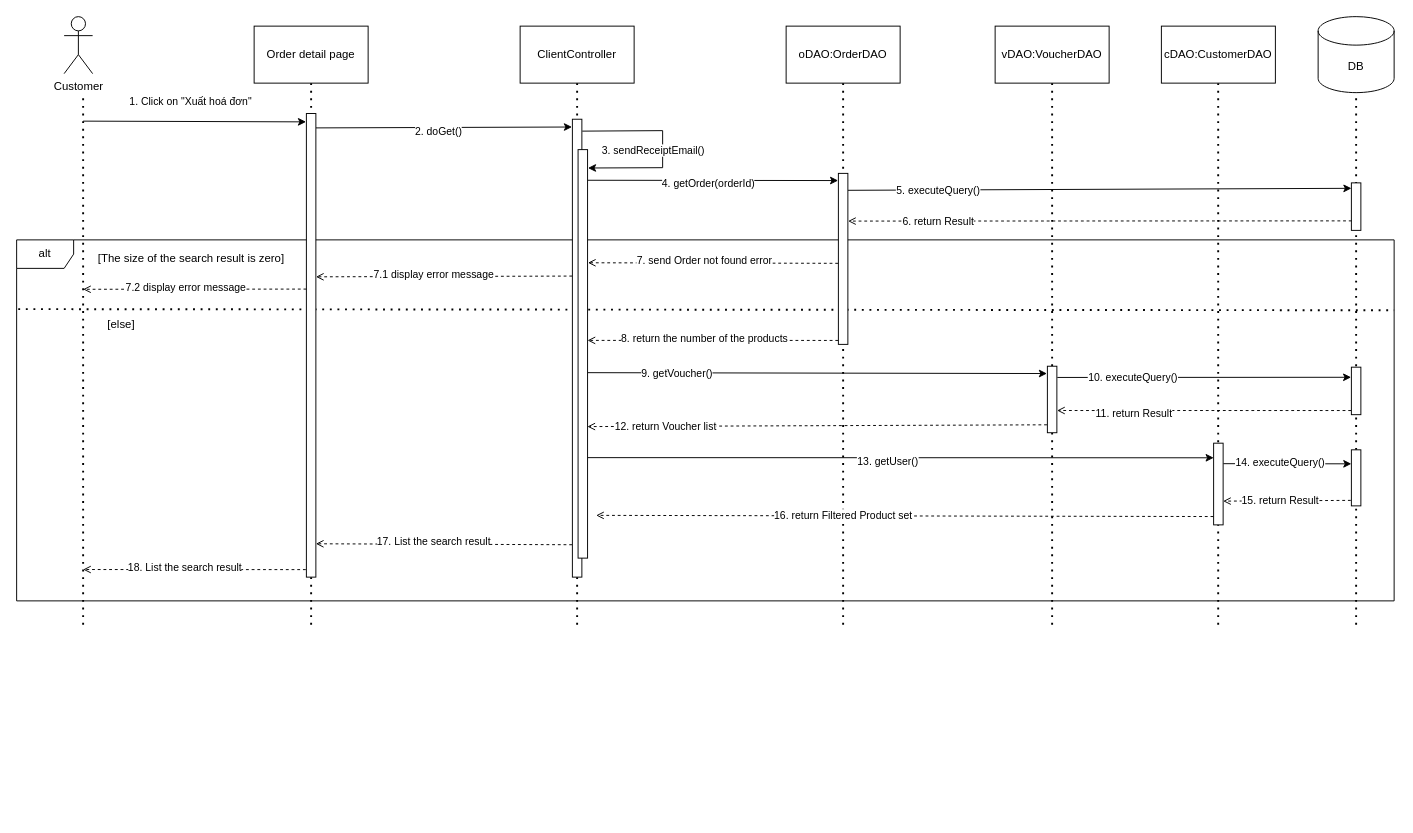
The draw.io diagram document/SDS/10.Export_Request/Sequence_Diagram/Export_Receipt_Sequence_Diagram.drawio in QuocZuong/perfume-store, before the edit. Source tidied: cells renumbered, new cells numbered last; positions are measured from the earlier drawing's top-left corner, leaving out a move shared by most shapes. Both pictures are drawn from the tidied source at 95%, with x=0, y=0 at pixel (16, 16).
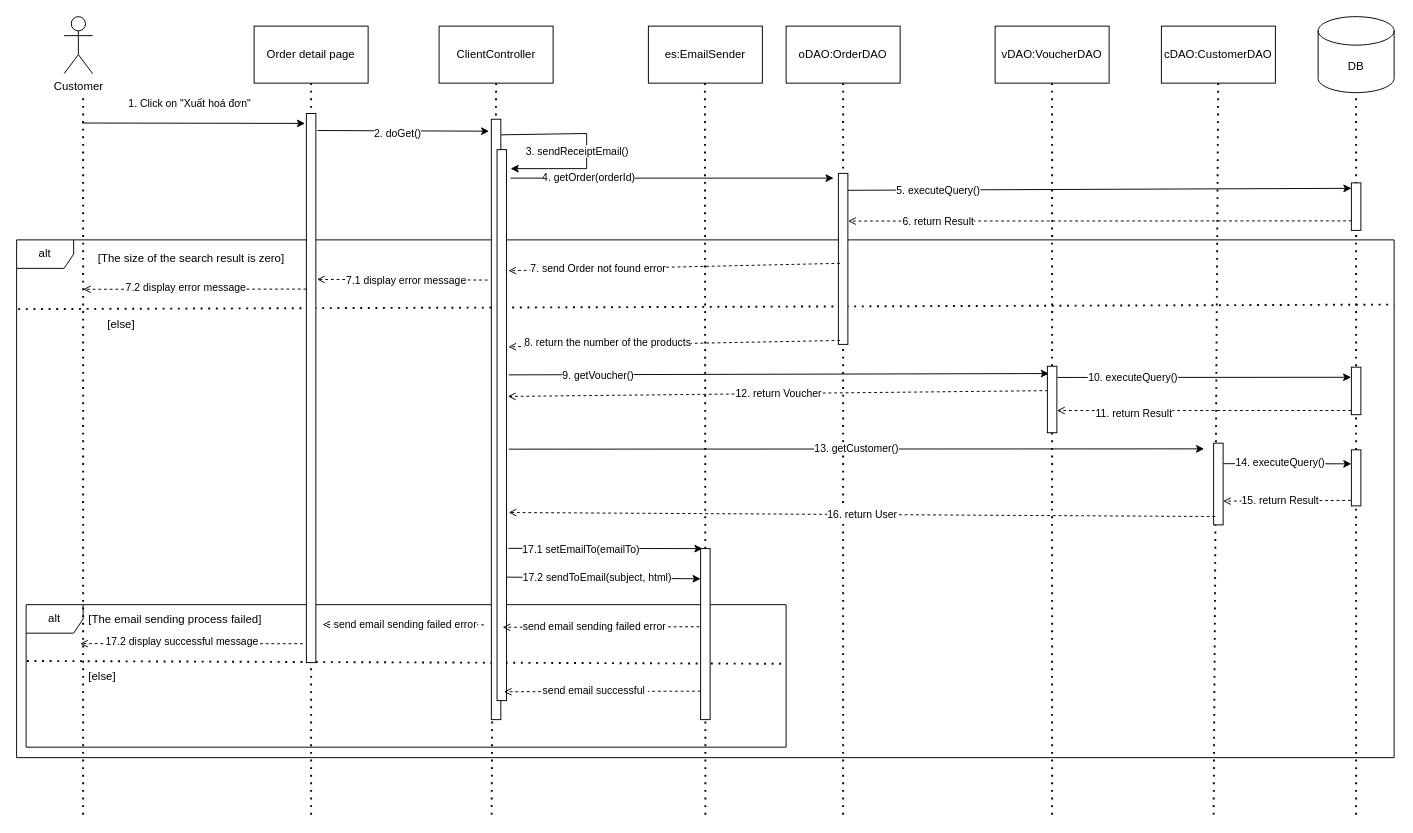
After the change.

Unchanged cells that the change refers to:
```xml
<mxCell id="7" value="Order detail page" style="rounded=0;whiteSpace=wrap;html=1;" parent="1" vertex="1">
  <mxGeometry x="250" y="10" width="120" height="60" as="geometry" />
</mxCell>
<mxCell id="15" value="vDAO:VoucherDAO" style="rounded=0;whiteSpace=wrap;html=1;" parent="1" vertex="1">
  <mxGeometry x="1030" y="10" width="120" height="60" as="geometry" />
</mxCell>
<mxCell id="21" style="rounded=0;whiteSpace=wrap;html=1;" parent="1" vertex="1">
  <mxGeometry x="865" y="165" width="10" height="180" as="geometry" />
</mxCell>
<mxCell id="33" style="rounded=0;whiteSpace=wrap;html=1;" parent="1" vertex="1">
  <mxGeometry x="1085" y="368" width="10" height="70" as="geometry" />
</mxCell>
<mxCell id="39" style="rounded=0;whiteSpace=wrap;html=1;" parent="1" vertex="1">
  <mxGeometry x="1260" y="449" width="10" height="86" as="geometry" />
</mxCell>
```

The edit, as a diff of the source:
```diff
@@
+    <mxCell id="51" style="endArrow=none;dashed=1;html=1;dashPattern=1 3;strokeWidth=2;rounded=0;exitX=0.001;exitY=0.395;exitDx=0;exitDy=0;exitPerimeter=0;entryX=1;entryY=0.415;entryDx=0;entryDy=0;entryPerimeter=0;" parent="1" edge="1" source="52" target="52">
+      <mxGeometry relative="1" as="geometry" />
+    </mxCell>
+    <mxCell id="5" value="alt" style="shape=umlFrame;whiteSpace=wrap;html=1;" parent="1" vertex="1">
+      <mxGeometry y="235" width="1450" height="545" as="geometry" />
+    </mxCell>
+    <mxCell id="52" value="alt" style="shape=umlFrame;whiteSpace=wrap;html=1;" parent="1" vertex="1">
+      <mxGeometry x="10" y="619" width="800" height="150" as="geometry" />
+    </mxCell>
     <mxCell id="2" style="endArrow=none;dashed=1;html=1;dashPattern=1 3;strokeWidth=2;rounded=0;entryX=0.5;entryY=1;entryDx=0;entryDy=0;" parent="1" edge="1">
       <mxGeometry relative="1" as="geometry">
-        <mxPoint x="1264.8" y="640" as="sourcePoint" />
+        <mxPoint x="1260" y="840" as="sourcePoint" />
         <mxPoint x="1264.8" y="70" as="targetPoint" />
       </mxGeometry>
     </mxCell>
     <mxCell id="3" style="endArrow=none;dashed=1;html=1;dashPattern=1 3;strokeWidth=2;rounded=0;" parent="1" edge="1">
       <mxGeometry relative="1" as="geometry">
-        <mxPoint x="70" y="640" as="sourcePoint" />
+        <mxPoint x="70" y="840" as="sourcePoint" />
         <mxPoint x="70" y="80" as="targetPoint" />
       </mxGeometry>
     </mxCell>
-    <mxCell id="4" style="endArrow=none;dashed=1;html=1;dashPattern=1 3;strokeWidth=2;rounded=0;exitX=0.002;exitY=0.165;exitDx=0;exitDy=0;exitPerimeter=0;entryX=1;entryY=0.195;entryDx=0;entryDy=0;entryPerimeter=0;" parent="1" edge="1" target="5">
+    <mxCell id="4" style="endArrow=none;dashed=1;html=1;dashPattern=1 3;strokeWidth=2;rounded=0;exitX=0.002;exitY=0.165;exitDx=0;exitDy=0;exitPerimeter=0;entryX=1;entryY=0.125;entryDx=0;entryDy=0;entryPerimeter=0;" parent="1" edge="1" target="5">
       <mxGeometry relative="1" as="geometry">
         <mxPoint x="1.7" y="307.9" as="sourcePoint" />
       </mxGeometry>
     </mxCell>
-    <mxCell id="5" value="alt" style="shape=umlFrame;whiteSpace=wrap;html=1;" parent="1" vertex="1">
-      <mxGeometry y="235" width="1450" height="380" as="geometry" />
-    </mxCell>
@@
     <mxCell id="8" value="ClientController" style="rounded=0;whiteSpace=wrap;html=1;" parent="1" vertex="1">
-      <mxGeometry x="530" y="10" width="120" height="60" as="geometry" />
+      <mxGeometry x="444.7" y="10" width="120" height="60" as="geometry" />
     </mxCell>
@@
     <mxCell id="10" style="endArrow=none;dashed=1;html=1;dashPattern=1 3;strokeWidth=2;rounded=0;entryX=0.5;entryY=1;entryDx=0;entryDy=0;" parent="1" edge="1" target="7">
       <mxGeometry relative="1" as="geometry">
-        <mxPoint x="310" y="640" as="sourcePoint" />
+        <mxPoint x="310" y="840" as="sourcePoint" />
       </mxGeometry>
     </mxCell>
     <mxCell id="11" style="endArrow=none;dashed=1;html=1;dashPattern=1 3;strokeWidth=2;rounded=0;entryX=0.5;entryY=1;entryDx=0;entryDy=0;" parent="1" edge="1" target="8">
       <mxGeometry relative="1" as="geometry">
-        <mxPoint x="590" y="640" as="sourcePoint" />
+        <mxPoint x="500" y="840" as="sourcePoint" />
       </mxGeometry>
     </mxCell>
     <mxCell id="12" style="endArrow=none;dashed=1;html=1;dashPattern=1 3;strokeWidth=2;rounded=0;" parent="1" edge="1">
       <mxGeometry relative="1" as="geometry">
-        <mxPoint x="870" y="640" as="sourcePoint" />
+        <mxPoint x="870" y="840" as="sourcePoint" />
         <mxPoint x="870" y="70" as="targetPoint" />
       </mxGeometry>
     </mxCell>
     <mxCell id="13" style="rounded=0;whiteSpace=wrap;html=1;" parent="1" vertex="1">
-      <mxGeometry x="305" y="102" width="10" height="488" as="geometry" />
+      <mxGeometry x="305" y="102" width="10" height="578" as="geometry" />
     </mxCell>
-    <mxCell id="14" value="1. Click on &quot;Xuất hoá đơn&quot;" style="endArrow=classic;html=1;rounded=0;entryX=-0.035;entryY=0.018;entryDx=0;entryDy=0;entryPerimeter=0;" parent="1" edge="1" target="13">
+    <mxCell id="14" value="1. Click on &quot;Xuất hoá đơn&quot;" style="endArrow=classic;html=1;rounded=0;entryX=-0.035;entryY=0.018;entryDx=0;entryDy=0;entryPerimeter=0;" parent="1" edge="1">
       <mxGeometry x="-0.04" y="20" relative="1" as="geometry">
-        <mxPoint x="70" y="110" as="sourcePoint" />
+        <mxPoint x="69" y="112" as="sourcePoint" />
+        <mxPoint x="303.6" y="112.4" as="targetPoint" />
       </mxGeometry>
     </mxCell>
@@
     <mxCell id="16" style="endArrow=none;dashed=1;html=1;dashPattern=1 3;strokeWidth=2;rounded=0;entryX=0.5;entryY=1;entryDx=0;entryDy=0;" parent="1" edge="1" target="15">
       <mxGeometry relative="1" as="geometry">
-        <mxPoint x="1090" y="640" as="sourcePoint" />
+        <mxPoint x="1090" y="840" as="sourcePoint" />
       </mxGeometry>
     </mxCell>
@@
     <mxCell id="18" style="endArrow=none;dashed=1;html=1;dashPattern=1 3;strokeWidth=2;rounded=0;entryX=0.5;entryY=1;entryDx=0;entryDy=0;" parent="1" edge="1">
       <mxGeometry relative="1" as="geometry">
-        <mxPoint x="1410" y="640" as="sourcePoint" />
+        <mxPoint x="1410" y="840" as="sourcePoint" />
         <mxPoint x="1410" y="80" as="targetPoint" />
       </mxGeometry>
     </mxCell>
-    <mxCell id="19" value="2. doGet()" style="endArrow=classic;html=1;rounded=0;entryX=-0.039;entryY=0.017;entryDx=0;entryDy=0;entryPerimeter=0;exitX=1.012;exitY=0.031;exitDx=0;exitDy=0;exitPerimeter=0;" parent="1" edge="1" source="13" target="20">
-      <mxGeometry x="-0.04" y="-4" relative="1" as="geometry" />
+    <mxCell id="19" style="endArrow=classic;html=1;rounded=0;entryX=-0.132;entryY=0.022;entryDx=0;entryDy=0;entryPerimeter=0;exitX=0.958;exitY=0.031;exitDx=0;exitDy=0;exitPerimeter=0;" parent="1" edge="1">
+      <mxGeometry x="-0.04" y="-4" relative="1" as="geometry">
+        <mxPoint x="316.6" y="119.9" as="sourcePoint" />
+        <mxPoint x="497.4" y="120.6" as="targetPoint" />
+      </mxGeometry>
     </mxCell>
+    <mxCell id="53" value="2. doGet()" style="edgeLabel;html=1;align=center;verticalAlign=middle;" parent="19" vertex="1">
+      <mxGeometry x="-0.52" y="-2" relative="1" as="geometry">
+        <mxPoint x="41" as="offset" />
+      </mxGeometry>
+    </mxCell>
     <mxCell id="20" style="rounded=0;whiteSpace=wrap;html=1;" parent="1" vertex="1">
-      <mxGeometry x="585" y="108" width="10" height="482" as="geometry" />
+      <mxGeometry x="499.7" y="108" width="10" height="632" as="geometry" />
     </mxCell>
@@
-    <mxCell id="22" value="4. getOrder(orderId)" style="endArrow=classic;html=1;rounded=0;entryX=-0.024;entryY=0.042;entryDx=0;entryDy=0;entryPerimeter=0;exitX=0.988;exitY=0.075;exitDx=0;exitDy=0;exitPerimeter=0;" parent="1" edge="1" source="48" target="21">
-      <mxGeometry x="-0.04" y="-4" relative="1" as="geometry" />
+    <mxCell id="22" value="4. getOrder(orderId)" style="endArrow=classic;html=1;rounded=0;" parent="1" edge="1">
+      <mxGeometry x="-0.52" relative="1" as="geometry">
+        <mxPoint x="520" y="170" as="sourcePoint" />
+        <mxPoint x="860" y="170" as="targetPoint" />
+      </mxGeometry>
     </mxCell>
@@
-    <mxCell id="26" value="7. send Order not found error" style="endArrow=open;html=1;rounded=0;dashed=1;endFill=0;exitX=-0.028;exitY=0.526;exitDx=0;exitDy=0;exitPerimeter=0;entryX=1.039;entryY=0.277;entryDx=0;entryDy=0;entryPerimeter=0;" parent="1" edge="1" source="21" target="48">
-      <mxGeometry x="0.07" y="-2" relative="1" as="geometry" />
+    <mxCell id="26" value="7. send Order not found error" style="endArrow=open;html=1;rounded=0;dashed=1;endFill=0;exitX=-0.028;exitY=0.526;exitDx=0;exitDy=0;exitPerimeter=0;entryX=1;entryY=0.25;entryDx=0;entryDy=0;" parent="1" edge="1">
+      <mxGeometry x="0.46" relative="1" as="geometry">
+        <mxPoint x="866.7" y="259.7" as="sourcePoint" />
+        <mxPoint x="517.7" y="267.5" as="targetPoint" />
+      </mxGeometry>
     </mxCell>
-    <mxCell id="27" value="7.1 display error message" style="endArrow=open;html=1;rounded=0;entryX=1.013;entryY=0.261;entryDx=0;entryDy=0;exitX=-0.017;exitY=0.274;exitDx=0;exitDy=0;dashed=1;endFill=0;exitPerimeter=0;entryPerimeter=0;" parent="1" edge="1">
+    <mxCell id="27" style="endArrow=open;html=1;rounded=0;exitX=-0.189;exitY=0.296;exitDx=0;exitDy=0;dashed=1;endFill=0;exitPerimeter=0;entryX=1.317;entryY=0.302;entryDx=0;entryDy=0;entryPerimeter=0;" parent="1" edge="1">
       <mxGeometry x="0.08" y="-2" relative="1" as="geometry">
-        <mxPoint x="584.8" y="273.1" as="sourcePoint" />
-        <mxPoint x="315.1" y="273.9" as="targetPoint" />
+        <mxPoint x="495.8" y="277.3" as="sourcePoint" />
+        <mxPoint x="316.2" y="276.6" as="targetPoint" />
       </mxGeometry>
     </mxCell>
+    <mxCell id="54" value="7.1 display error message" style="edgeLabel;html=1;align=center;verticalAlign=middle;" parent="27" vertex="1">
+      <mxGeometry x="0.47" y="1" relative="1" as="geometry">
+        <mxPoint x="46" as="offset" />
+      </mxGeometry>
+    </mxCell>
@@
-    <mxCell id="29" value="8. return the number of the products" style="endArrow=open;html=1;rounded=0;dashed=1;endFill=0;exitX=-0.018;exitY=0.977;exitDx=0;exitDy=0;exitPerimeter=0;entryX=0.996;entryY=0.467;entryDx=0;entryDy=0;entryPerimeter=0;" parent="1" edge="1" source="21" target="48">
-      <mxGeometry x="0.07" y="-2" relative="1" as="geometry" />
+    <mxCell id="29" style="endArrow=open;html=1;rounded=0;dashed=1;endFill=0;exitX=-0.018;exitY=0.977;exitDx=0;exitDy=0;exitPerimeter=0;entryX=0.995;entryY=0.407;entryDx=0;entryDy=0;entryPerimeter=0;" parent="1" edge="1">
+      <mxGeometry x="0.07" y="-2" relative="1" as="geometry">
+        <mxPoint x="866.8" y="340.9" as="sourcePoint" />
+        <mxPoint x="517.7" y="347.6" as="targetPoint" />
+      </mxGeometry>
     </mxCell>
+    <mxCell id="55" value="8. return the number of the products" style="edgeLabel;html=1;align=center;verticalAlign=middle;" parent="29" vertex="1">
+      <mxGeometry x="-0.05" y="1" relative="1" as="geometry">
+        <mxPoint x="-79" y="-3" as="offset" />
+      </mxGeometry>
+    </mxCell>
@@
-    <mxCell id="32" value="9. getVoucher()" style="endArrow=classic;html=1;rounded=0;exitX=1.012;exitY=0.546;exitDx=0;exitDy=0;exitPerimeter=0;entryX=-0.043;entryY=0.11;entryDx=0;entryDy=0;entryPerimeter=0;" parent="1" edge="1" source="48" target="33">
-      <mxGeometry x="-0.61" y="-1" relative="1" as="geometry" />
+    <mxCell id="32" value="9. getVoucher()" style="endArrow=classic;html=1;rounded=0;entryX=-0.043;entryY=0.11;entryDx=0;entryDy=0;entryPerimeter=0;exitX=1.034;exitY=0.465;exitDx=0;exitDy=0;exitPerimeter=0;" parent="1" edge="1">
+      <mxGeometry x="-0.67" y="-1" relative="1" as="geometry">
+        <mxPoint x="518.1" y="377.1" as="sourcePoint" />
+        <mxPoint x="1086.6" y="375.7" as="targetPoint" />
+      </mxGeometry>
     </mxCell>
@@
-    <mxCell id="34" value="12. return Voucher list" style="endArrow=open;html=1;rounded=0;dashed=1;endFill=0;entryX=0.983;entryY=0.678;entryDx=0;entryDy=0;entryPerimeter=0;exitX=-0.043;exitY=0.881;exitDx=0;exitDy=0;exitPerimeter=0;" parent="1" edge="1" source="33" target="48">
-      <mxGeometry x="0.66" y="1" relative="1" as="geometry" />
+    <mxCell id="34" value="12. return Voucher" style="endArrow=open;html=1;rounded=0;dashed=1;endFill=0;exitX=-0.043;exitY=0.881;exitDx=0;exitDy=0;exitPerimeter=0;entryX=1.034;entryY=0.58;entryDx=0;entryDy=0;entryPerimeter=0;" parent="1" edge="1">
+      <mxGeometry relative="1" as="geometry">
+        <mxPoint x="1085.6" y="393.7" as="sourcePoint" />
+        <mxPoint x="517.1" y="399.8" as="targetPoint" />
+      </mxGeometry>
     </mxCell>
@@
-    <mxCell id="38" value="13. getUser()" style="endArrow=classic;html=1;rounded=0;entryX=0.009;entryY=0.179;entryDx=0;entryDy=0;entryPerimeter=0;exitX=0.981;exitY=0.754;exitDx=0;exitDy=0;exitPerimeter=0;" parent="1" edge="1" source="48" target="39">
-      <mxGeometry x="-0.04" y="-4" relative="1" as="geometry" />
+    <mxCell id="38" value="13. getCustomer()" style="endArrow=classic;html=1;rounded=0;exitX=1.041;exitY=0.726;exitDx=0;exitDy=0;exitPerimeter=0;" parent="1" edge="1">
+      <mxGeometry relative="1" as="geometry">
+        <mxPoint x="518.1" y="455.3" as="sourcePoint" />
+        <mxPoint x="1250" y="455" as="targetPoint" />
+      </mxGeometry>
     </mxCell>
@@
-    <mxCell id="45" value="16. return Filtered Product set" style="endArrow=open;html=1;rounded=0;exitX=-0.026;exitY=0.898;exitDx=0;exitDy=0;dashed=1;endFill=0;exitPerimeter=0;" parent="1" edge="1" source="39">
-      <mxGeometry x="0.2" relative="1" as="geometry">
-        <mxPoint x="610" y="525" as="targetPoint" />
+    <mxCell id="45" value="16. return User" style="endArrow=open;html=1;rounded=0;exitX=-0.026;exitY=0.898;exitDx=0;exitDy=0;dashed=1;endFill=0;exitPerimeter=0;" parent="1" edge="1">
+      <mxGeometry relative="1" as="geometry">
+        <mxPoint x="1261.7" y="526.2" as="sourcePoint" />
+        <mxPoint x="518" y="522" as="targetPoint" />
       </mxGeometry>
     </mxCell>
-    <mxCell id="46" value="17. List the search result" style="endArrow=open;html=1;rounded=0;entryX=1.004;entryY=0.868;entryDx=0;entryDy=0;dashed=1;endFill=0;entryPerimeter=0;exitX=-0.031;exitY=0.955;exitDx=0;exitDy=0;exitPerimeter=0;" parent="1" edge="1">
-      <mxGeometry x="0.08" y="-2" relative="1" as="geometry">
-        <mxPoint x="584.7" y="555.9" as="sourcePoint" />
-        <mxPoint x="315" y="554.9" as="targetPoint" />
-      </mxGeometry>
-    </mxCell>
-    <mxCell id="47" value="18. List the search result" style="endArrow=open;html=1;rounded=0;dashed=1;endFill=0;exitX=-0.061;exitY=0.911;exitDx=0;exitDy=0;exitPerimeter=0;" parent="1" edge="1">
+    <mxCell id="47" value="17.2 display successful message" style="endArrow=open;html=1;rounded=0;dashed=1;endFill=0;exitX=-0.061;exitY=0.911;exitDx=0;exitDy=0;exitPerimeter=0;" parent="1" edge="1">
       <mxGeometry x="0.08" y="-2" relative="1" as="geometry">
-        <mxPoint x="304.4" y="582.1" as="sourcePoint" />
-        <mxPoint x="70" y="582" as="targetPoint" />
+        <mxPoint x="301.2" y="660.1" as="sourcePoint" />
+        <mxPoint x="66.8" y="660" as="targetPoint" />
       </mxGeometry>
     </mxCell>
     <mxCell id="48" style="rounded=0;whiteSpace=wrap;html=1;" parent="1" vertex="1">
-      <mxGeometry x="591" y="140" width="10" height="430" as="geometry" />
+      <mxGeometry x="505.7" y="140" width="10" height="580" as="geometry" />
     </mxCell>
-    <mxCell id="49" value="3. sendReceiptEmail()" style="endArrow=classic;html=1;rounded=0;entryX=1.04;entryY=0.045;entryDx=0;entryDy=0;entryPerimeter=0;exitX=1.042;exitY=0.026;exitDx=0;exitDy=0;exitPerimeter=0;" parent="1" edge="1" source="20" target="48">
+    <mxCell id="49" value="3. sendReceiptEmail()" style="endArrow=classic;html=1;rounded=0;exitX=1.042;exitY=0.026;exitDx=0;exitDy=0;exitPerimeter=0;" parent="1" edge="1" source="20">
       <mxGeometry x="0.05" y="-10" relative="1" as="geometry">
+        <mxPoint x="520" y="160" as="targetPoint" />
         <Array as="points">
-          <mxPoint x="680" y="120" />
-          <mxPoint x="680" y="159" />
+          <mxPoint x="600" y="123" />
+          <mxPoint x="600" y="160" />
+          <mxPoint x="560" y="160" />
         </Array>
       </mxGeometry>
     </mxCell>
@@
+    <mxCell id="56" value="es:EmailSender" style="rounded=0;whiteSpace=wrap;html=1;" parent="1" vertex="1">
+      <mxGeometry x="665" y="10" width="120" height="60" as="geometry" />
+    </mxCell>
+    <mxCell id="57" style="endArrow=none;dashed=1;html=1;dashPattern=1 3;strokeWidth=2;rounded=0;startArrow=none;" parent="1" edge="1" source="59">
+      <mxGeometry relative="1" as="geometry">
+        <mxPoint x="724.5" y="70" as="targetPoint" />
+      </mxGeometry>
+    </mxCell>
+    <mxCell id="58" style="endArrow=none;dashed=1;html=1;dashPattern=1 3;strokeWidth=2;rounded=0;" parent="1" edge="1" target="59">
+      <mxGeometry relative="1" as="geometry">
+        <mxPoint x="725" y="840" as="sourcePoint" />
+      </mxGeometry>
+    </mxCell>
+    <mxCell id="59" style="rounded=0;whiteSpace=wrap;html=1;" parent="1" vertex="1">
+      <mxGeometry x="720" y="560" width="10" height="180" as="geometry" />
+    </mxCell>
+    <mxCell id="60" style="endArrow=classic;html=1;entryX=0;entryY=0;entryDx=0;entryDy=0;exitX=0.99;exitY=0.823;exitDx=0;exitDy=0;exitPerimeter=0;" parent="1" edge="1">
+      <mxGeometry relative="1" as="geometry">
+        <mxPoint x="517.6" y="559.7" as="sourcePoint" />
+        <mxPoint x="722" y="560" as="targetPoint" />
+      </mxGeometry>
+    </mxCell>
+    <mxCell id="61" value="17.1 setEmailTo(emailTo)" style="edgeLabel;html=1;align=center;verticalAlign=middle;" parent="60" vertex="1">
+      <mxGeometry x="-0.26" y="-1" relative="1" as="geometry" />
+    </mxCell>
+    <mxCell id="62" style="endArrow=classic;html=1;exitX=0.996;exitY=0.907;exitDx=0;exitDy=0;exitPerimeter=0;entryX=0;entryY=0;entryDx=0;entryDy=0;" parent="1" edge="1">
+      <mxGeometry relative="1" as="geometry">
+        <mxPoint x="515.7" y="590" as="sourcePoint" />
+        <mxPoint x="720" y="591.8" as="targetPoint" />
+      </mxGeometry>
+    </mxCell>
+    <mxCell id="63" value="17.2 sendToEmail(subject, html)" style="edgeLabel;html=1;align=center;verticalAlign=middle;" parent="62" vertex="1">
+      <mxGeometry x="-0.26" y="-1" relative="1" as="geometry">
+        <mxPoint x="19" y="-1" as="offset" />
+      </mxGeometry>
+    </mxCell>
+    <mxCell id="64" style="endArrow=open;html=1;dashed=1;endFill=0;entryX=1.484;entryY=0.935;entryDx=0;entryDy=0;entryPerimeter=0;exitX=0.167;exitY=0.632;exitDx=0;exitDy=0;exitPerimeter=0;" parent="1" edge="1">
+      <mxGeometry relative="1" as="geometry">
+        <mxPoint x="718.7" y="642.2" as="sourcePoint" />
+        <mxPoint x="511.6" y="642.8" as="targetPoint" />
+      </mxGeometry>
+    </mxCell>
+    <mxCell id="65" value="send email sending failed error" style="edgeLabel;html=1;align=center;verticalAlign=middle;" parent="64" vertex="1">
+      <mxGeometry x="0.43" y="-1" relative="1" as="geometry">
+        <mxPoint x="37" as="offset" />
+      </mxGeometry>
+    </mxCell>
+    <mxCell id="66" value="[The email sending process failed]" style="text;strokeColor=none;fillColor=none;align=left;verticalAlign=middle;spacingLeft=4;spacingRight=4;overflow=hidden;whiteSpace=wrap;html=1;" parent="1" vertex="1">
+      <mxGeometry x="70" y="620" width="210" height="30" as="geometry" />
+    </mxCell>
+    <mxCell id="67" value="[else]" style="text;strokeColor=none;fillColor=none;align=left;verticalAlign=middle;spacingLeft=4;spacingRight=4;overflow=hidden;whiteSpace=wrap;html=1;" parent="1" vertex="1">
+      <mxGeometry x="70" y="680" width="210" height="30" as="geometry" />
+    </mxCell>
+    <mxCell id="68" style="endArrow=open;html=1;dashed=1;endFill=0;entryX=1.484;entryY=0.935;entryDx=0;entryDy=0;entryPerimeter=0;" parent="1" edge="1">
+      <mxGeometry relative="1" as="geometry">
+        <mxPoint x="492" y="640.3" as="sourcePoint" />
+        <mxPoint x="322" y="640" as="targetPoint" />
+      </mxGeometry>
+    </mxCell>
+    <mxCell id="69" value="send email sending failed error" style="edgeLabel;html=1;align=center;verticalAlign=middle;" parent="68" vertex="1">
+      <mxGeometry x="0.43" y="-1" relative="1" as="geometry">
+        <mxPoint x="38" as="offset" />
+      </mxGeometry>
+    </mxCell>
+    <mxCell id="70" style="endArrow=open;html=1;dashed=1;endFill=0;entryX=1.484;entryY=0.935;entryDx=0;entryDy=0;entryPerimeter=0;exitX=0.167;exitY=0.632;exitDx=0;exitDy=0;exitPerimeter=0;" parent="1" edge="1">
+      <mxGeometry relative="1" as="geometry">
+        <mxPoint x="720" y="710" as="sourcePoint" />
+        <mxPoint x="512.9" y="710.7" as="targetPoint" />
+      </mxGeometry>
+    </mxCell>
+    <mxCell id="71" value="send email successful&amp;nbsp;" style="edgeLabel;html=1;align=center;verticalAlign=middle;" parent="70" vertex="1">
+      <mxGeometry x="0.43" y="-1" relative="1" as="geometry">
+        <mxPoint x="37" as="offset" />
+      </mxGeometry>
+    </mxCell>
```
